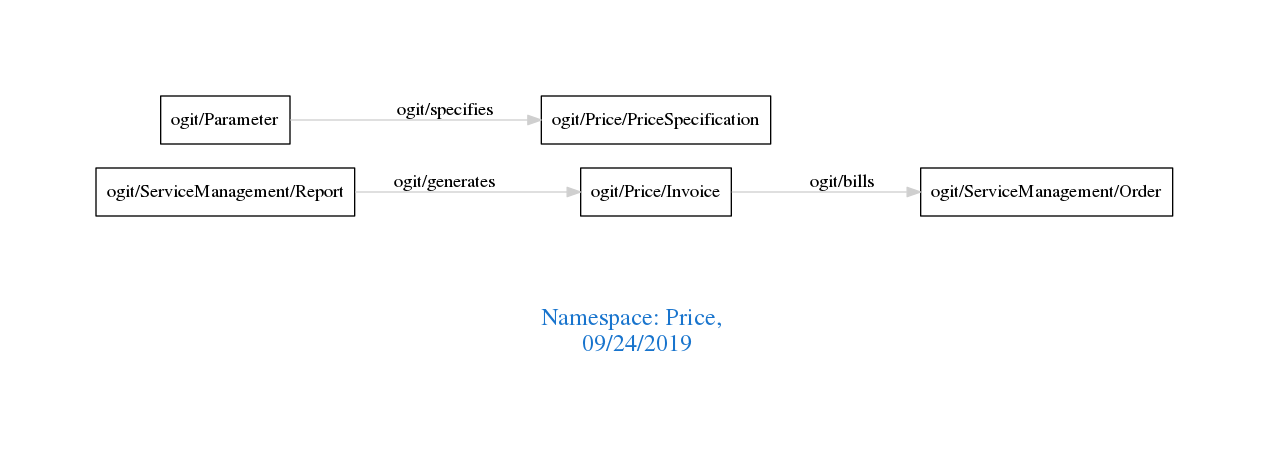
This is downloads/Price.png from arago/OGIT, a Graphviz export, as it was before one commit. Its source is kept beside it as downloads/Price.dot.
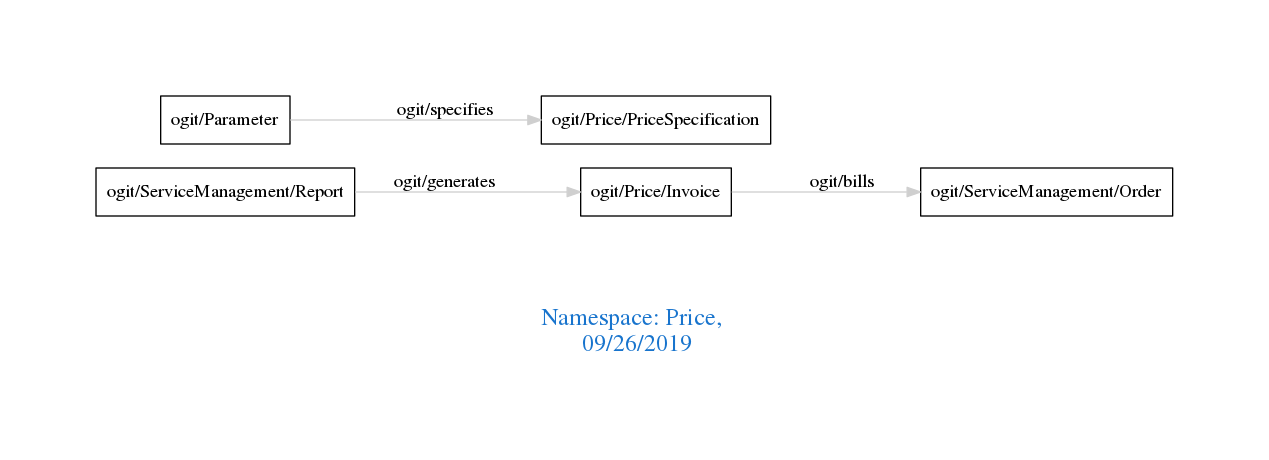
Above is the later version.

Change to the diagram source:
```diff
@@ -1,7 +1,7 @@
 digraph OGIT_ontology {
  graph [ rankdir= LR,pad=1
 fontsize = 18,
-fontcolor= dodgerblue3,label = "\n\n\nNamespace: Price, \n 09/24/2019"];
+fontcolor= dodgerblue3,label = "\n\n\nNamespace: Price, \n 09/26/2019"];
 node[shape=polygon];
 edge [  color="gray81"];
 
```
